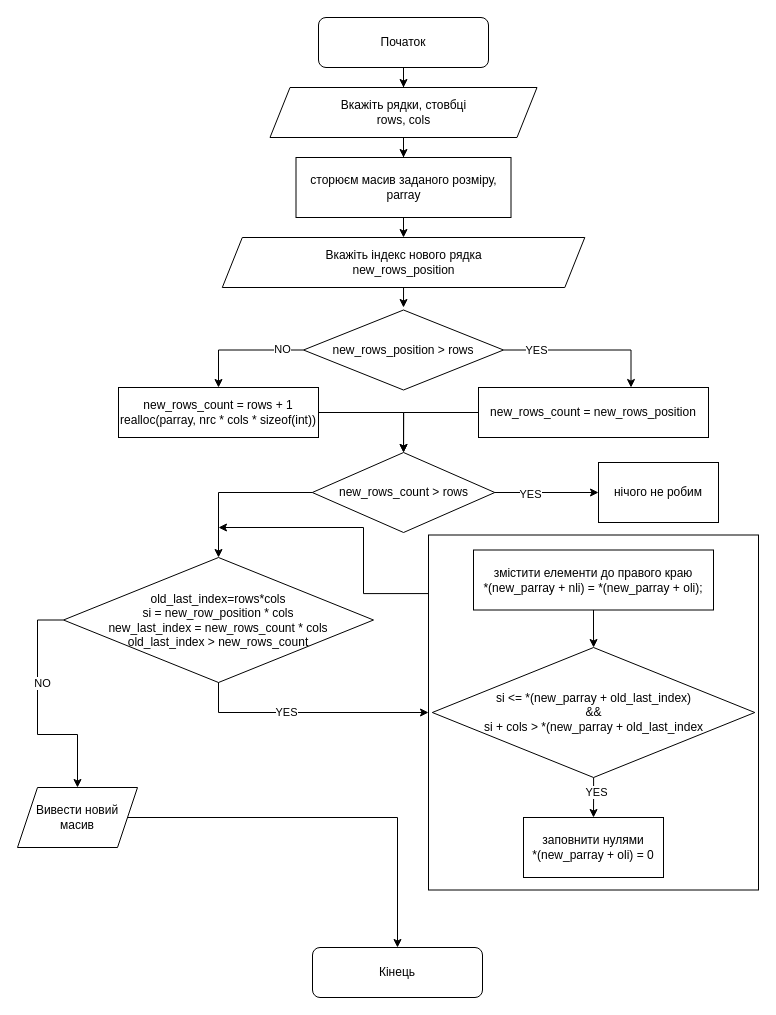
Above: page "insert-row-with-random-index" (2 of 3) of c_language/block-schemes.drawio in Gera3dartist/3PI-03 (draw.io), before the change. Source tidied: cells renumbered, new cells numbered last; positions are measured from the earlier drawing's top-left corner, leaving out a move shared by most shapes. Both pictures are drawn from the tidied source at 100%, with x=0, y=0 at pixel (17, 17).
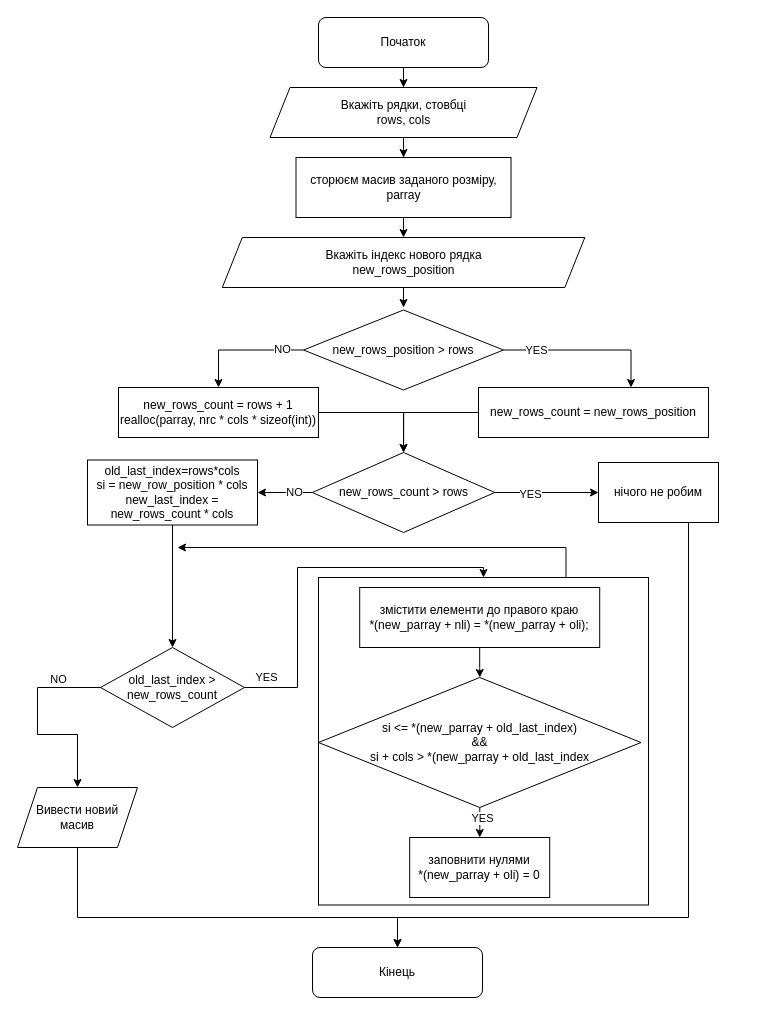
After the change.

The change refers to these unchanged cells:
```xml
<mxCell id="12" value="Кінець" style="rounded=1;whiteSpace=wrap;html=1;" parent="1" vertex="1">
  <mxGeometry x="295" y="930" width="170" height="50" as="geometry" />
</mxCell>
<mxCell id="23" value="new_rows_count &amp;gt; rows" style="rhombus;whiteSpace=wrap;html=1;" parent="1" vertex="1">
  <mxGeometry x="294.8" y="435" width="182.5" height="80" as="geometry" />
</mxCell>
<mxCell id="24" value="нічого не робим" style="rounded=0;whiteSpace=wrap;html=1;" parent="1" vertex="1">
  <mxGeometry x="581" y="445" width="120" height="60" as="geometry" />
</mxCell>
<mxCell id="38" value="Вивести новий масив" style="shape=parallelogram;perimeter=parallelogramPerimeter;whiteSpace=wrap;html=1;fixedSize=1;" parent="1" vertex="1">
  <mxGeometry y="770" width="120" height="60" as="geometry" />
</mxCell>
```

What changed in the source:
```diff
@@
-    <mxCell id="2" style="edgeStyle=orthogonalEdgeStyle;rounded=0;jettySize=auto;html=1;exitX=0.001;exitY=0.165;exitDx=0;exitDy=0;exitPerimeter=0;" parent="1" edge="1" source="3">
-      <mxGeometry relative="1" as="geometry">
-        <mxPoint x="201" y="510" as="targetPoint" />
-        <Array as="points">
-          <mxPoint x="346" y="576" />
-          <mxPoint x="346" y="510" />
-          <mxPoint x="201" y="510" />
-        </Array>
-      </mxGeometry>
-    </mxCell>
+    <mxCell id="39" style="edgeStyle=orthogonalEdgeStyle;rounded=0;jettySize=auto;html=1;exitX=0.75;exitY=0;exitDx=0;exitDy=0;" parent="1" edge="1" source="3">
+      <mxGeometry relative="1" as="geometry">
+        <mxPoint x="160" y="530" as="targetPoint" />
+        <Array as="points">
+          <mxPoint x="549" y="530" />
+          <mxPoint x="160" y="530" />
+        </Array>
+      </mxGeometry>
+    </mxCell>
     <mxCell id="3" style="rounded=0;whiteSpace=wrap;html=1;" parent="1" vertex="1">
-      <mxGeometry x="411" y="517.5" width="330" height="355" as="geometry" />
+      <mxGeometry x="301" y="560" width="330" height="327.5" as="geometry" />
     </mxCell>
@@
-    <mxCell id="22" style="edgeStyle=orthogonalEdgeStyle;rounded=0;jettySize=auto;html=1;entryX=0.5;entryY=0;entryDx=0;entryDy=0;" parent="1" edge="1" source="23" target="30">
-      <mxGeometry relative="1" as="geometry">
-        <Array as="points">
-          <mxPoint x="201" y="475" />
-        </Array>
-      </mxGeometry>
-    </mxCell>
+    <mxCell id="40" style="edgeStyle=orthogonalEdgeStyle;rounded=0;jettySize=auto;html=1;" parent="1" edge="1" source="23" target="44">
+      <mxGeometry relative="1" as="geometry" />
+    </mxCell>
+    <mxCell id="41" value="NO" style="edgeLabel;html=1;align=center;verticalAlign=middle;" parent="40" vertex="1">
+      <mxGeometry x="-0.36" y="-1" relative="1" as="geometry" />
+    </mxCell>
@@
+    <mxCell id="42" style="edgeStyle=orthogonalEdgeStyle;rounded=0;jettySize=auto;html=1;exitX=0.75;exitY=1;exitDx=0;exitDy=0;entryX=0.5;entryY=0;entryDx=0;entryDy=0;" parent="1" edge="1" source="24" target="12">
+      <mxGeometry relative="1" as="geometry">
+        <Array as="points">
+          <mxPoint x="671" y="900" />
+          <mxPoint x="380" y="900" />
+        </Array>
+      </mxGeometry>
+    </mxCell>
@@
-    <mxCell id="27" value="YES" style="edgeStyle=orthogonalEdgeStyle;rounded=0;jettySize=auto;html=1;entryX=0;entryY=0.5;entryDx=0;entryDy=0;" parent="1" edge="1" target="3">
-      <mxGeometry relative="1" as="geometry">
-        <mxPoint x="201" y="620" as="sourcePoint" />
-        <Array as="points">
-          <mxPoint x="201" y="628" />
-          <mxPoint x="201" y="693" />
-        </Array>
-      </mxGeometry>
-    </mxCell>
-    <mxCell id="28" style="edgeStyle=orthogonalEdgeStyle;rounded=0;jettySize=auto;html=1;entryX=0.5;entryY=0;entryDx=0;entryDy=0;" parent="1" edge="1" source="30" target="38">
+    <mxCell id="28" style="edgeStyle=orthogonalEdgeStyle;rounded=0;jettySize=auto;html=1;entryX=0.5;entryY=0;entryDx=0;entryDy=0;exitX=0;exitY=0.5;exitDx=0;exitDy=0;" parent="1" edge="1" source="30" target="38">
       <mxGeometry relative="1" as="geometry">
         <Array as="points">
-          <mxPoint x="20" y="603" />
+          <mxPoint x="20" y="670" />
           <mxPoint x="20" y="717" />
           <mxPoint x="60" y="717" />
         </Array>
       </mxGeometry>
     </mxCell>
     <mxCell id="29" value="NO" style="edgeLabel;html=1;align=center;verticalAlign=middle;" parent="28" vertex="1">
-      <mxGeometry x="-0.24" y="4" relative="1" as="geometry" />
+      <mxGeometry x="-0.24" y="4" relative="1" as="geometry">
+        <mxPoint x="16" y="-22.5" as="offset" />
+      </mxGeometry>
     </mxCell>
+    <mxCell id="27" value="YES" style="edgeStyle=orthogonalEdgeStyle;rounded=0;jettySize=auto;html=1;entryX=0.5;entryY=0;entryDx=0;entryDy=0;exitX=1;exitY=0.5;exitDx=0;exitDy=0;" parent="1" edge="1" source="30" target="3">
+      <mxGeometry x="-0.88" y="10" relative="1" as="geometry">
+        <Array as="points">
+          <mxPoint x="280" y="670" />
+          <mxPoint x="280" y="550" />
+          <mxPoint x="466" y="550" />
+        </Array>
+      </mxGeometry>
+    </mxCell>
-    <mxCell id="30" value="old_last_index=rows*cols&lt;br&gt;si = new_row_position * cols&lt;br&gt;new_last_index = new_rows_count * cols &lt;br&gt;old_last_index &amp;gt; new_rows_count" style="rhombus;whiteSpace=wrap;html=1;" parent="1" vertex="1">
-      <mxGeometry x="46" y="540" width="310" height="125" as="geometry" />
+    <mxCell id="30" value="old_last_index &amp;gt; new_rows_count" style="rhombus;whiteSpace=wrap;html=1;" parent="1" vertex="1">
+      <mxGeometry x="83" y="630" width="144" height="80" as="geometry" />
     </mxCell>
@@
     <mxCell id="32" value="змістити елементи до правого краю&lt;br&gt;*(new_parray + nli) = *(new_parray + oli);" style="rounded=0;whiteSpace=wrap;html=1;" parent="1" vertex="1">
-      <mxGeometry x="456" y="532.5" width="240" height="60" as="geometry" />
+      <mxGeometry x="342.2" y="570" width="240" height="60" as="geometry" />
     </mxCell>
@@
     <mxCell id="35" value="&lt;div&gt;si &amp;lt;= *(new_parray + old_last_index) &lt;br&gt;&amp;amp;&amp;amp;&lt;br&gt;&lt;/div&gt;&lt;div&gt;si + cols &amp;gt; *(new_parray + old_last_index&lt;/div&gt;" style="rhombus;whiteSpace=wrap;html=1;" parent="1" vertex="1">
-      <mxGeometry x="414.8" y="630" width="322.5" height="130" as="geometry" />
+      <mxGeometry x="301" y="660" width="322.5" height="130" as="geometry" />
     </mxCell>
     <mxCell id="36" value="заповнити нулями&lt;br&gt;*(new_parray + oli) = 0" style="rounded=0;whiteSpace=wrap;html=1;" parent="1" vertex="1">
-      <mxGeometry x="506" y="800" width="140" height="60" as="geometry" />
+      <mxGeometry x="392.2" y="820" width="140" height="60" as="geometry" />
     </mxCell>
     <mxCell id="37" style="edgeStyle=orthogonalEdgeStyle;rounded=0;jettySize=auto;html=1;entryX=0.5;entryY=0;entryDx=0;entryDy=0;" parent="1" edge="1" source="38" target="12">
-      <mxGeometry relative="1" as="geometry" />
+      <mxGeometry relative="1" as="geometry">
+        <Array as="points">
+          <mxPoint x="60" y="900" />
+          <mxPoint x="380" y="900" />
+        </Array>
+      </mxGeometry>
     </mxCell>
@@
+    <mxCell id="43" style="edgeStyle=orthogonalEdgeStyle;rounded=0;jettySize=auto;html=1;" parent="1" edge="1" source="44" target="30">
+      <mxGeometry relative="1" as="geometry" />
+    </mxCell>
+    <mxCell id="44" value="old_last_index=rows*cols&lt;br&gt;si = new_row_position * cols&lt;br&gt;new_last_index = new_rows_count * cols " style="rounded=0;whiteSpace=wrap;html=1;" parent="1" vertex="1">
+      <mxGeometry x="70" y="442.5" width="170" height="65" as="geometry" />
+    </mxCell>
```
